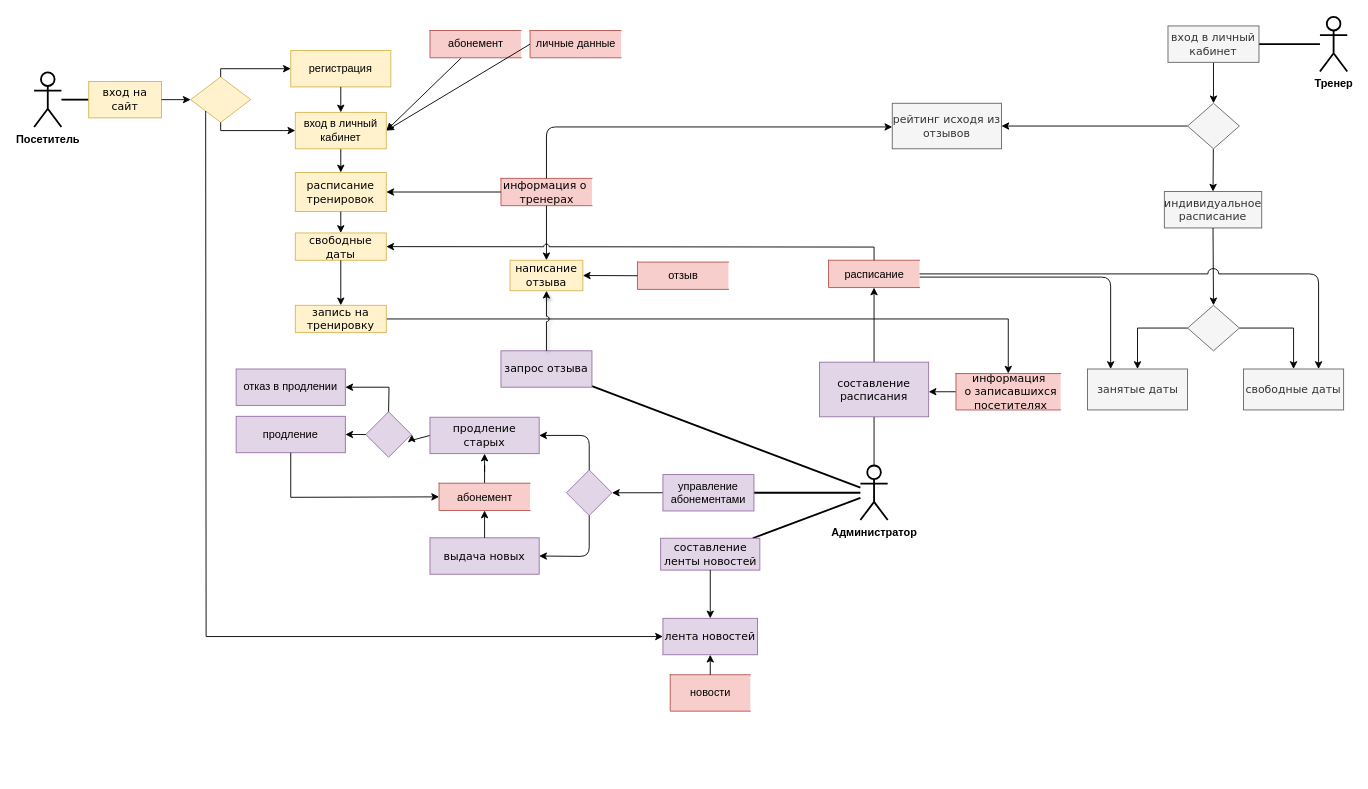
Before: Diagrams/DFD2.drawio in yuliapyrikova/-, a draw.io diagram. Source tidied: cells renumbered, new cells numbered last; positions are measured from the earlier drawing's top-left corner, leaving out a move shared by most shapes. Both pictures are drawn from the tidied source at 91%, with x=0, y=0 at pixel (34, 16).
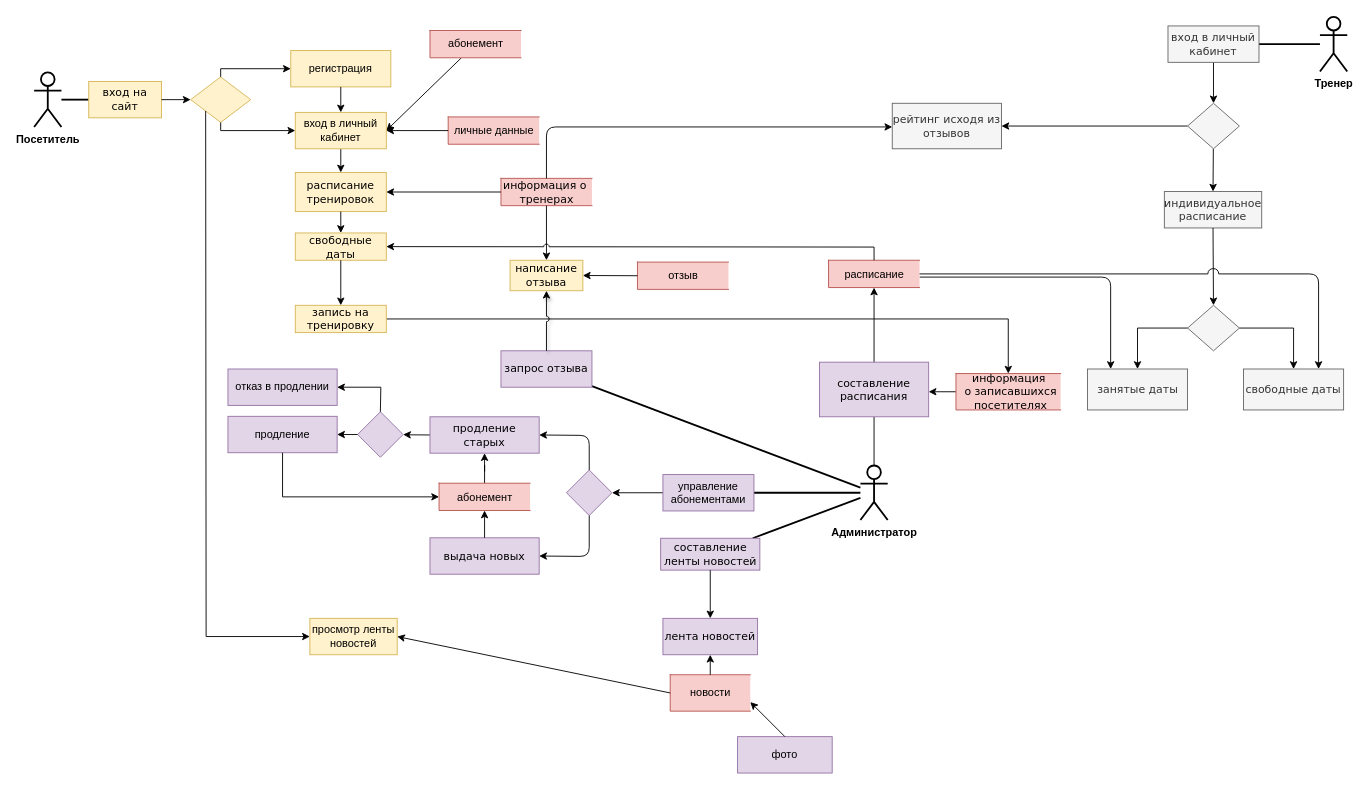
Above is the later version.

The change refers to these unchanged cells:
```xml
<mxCell id="50" value="новости" style="html=1;dashed=0;whitespace=wrap;shape=partialRectangle;right=0;fontSize=12;strokeWidth=1;fillColor=#f8cecc;strokeColor=#b85450;" parent="1" vertex="1">
  <mxGeometry x="699" y="723" width="88" height="40" as="geometry" />
</mxCell>
<mxCell id="54" value="абонемент" style="html=1;dashed=0;whitespace=wrap;shape=partialRectangle;right=0;fillColor=#f8cecc;strokeColor=#b85450;" parent="1" vertex="1">
  <mxGeometry x="445" y="512.5" width="100" height="30" as="geometry" />
</mxCell>
<mxCell id="55" style="rhombus;whiteSpace=wrap;html=1;fillColor=#fff2cc;strokeColor=#d6b656;" parent="1" vertex="1">
  <mxGeometry x="172" y="66" width="66" height="50" as="geometry" />
</mxCell>
<mxCell id="69" value="&lt;font face=&quot;Verdana&quot;&gt;лента новостей&lt;/font&gt;" style="rounded=0;whiteSpace=wrap;html=1;strokeWidth=1;fillColor=#e1d5e7;strokeColor=#9673a6;" parent="1" vertex="1">
  <mxGeometry x="691" y="661" width="104" height="40" as="geometry" />
</mxCell>
```

Change to the diagram source:
```diff
@@
     <mxCell id="35" value="&lt;font style=&quot;font-size: 12px&quot; face=&quot;Verdana&quot;&gt;продление старых&lt;/font&gt;" style="rounded=0;whiteSpace=wrap;html=1;strokeWidth=1;fillColor=#e1d5e7;strokeColor=#9673a6;" parent="1" vertex="1">
-      <mxGeometry x="435" y="440" width="120" height="40" as="geometry" />
+      <mxGeometry x="435" y="439.5" width="120" height="40" as="geometry" />
     </mxCell>
@@
     <mxCell id="62" style="rhombus;whiteSpace=wrap;html=1;strokeWidth=1;fillColor=#e1d5e7;strokeColor=#9673a6;" parent="1" vertex="1">
-      <mxGeometry x="364.5" y="434" width="50" height="50" as="geometry" />
+      <mxGeometry x="355.5" y="434" width="50" height="50" as="geometry" />
     </mxCell>
     <mxCell id="63" value="продление" style="rounded=0;whiteSpace=wrap;html=1;strokeWidth=1;fillColor=#e1d5e7;strokeColor=#9673a6;" parent="1" vertex="1">
-      <mxGeometry x="222" y="439" width="120" height="40" as="geometry" />
+      <mxGeometry x="213" y="439" width="120" height="40" as="geometry" />
     </mxCell>
     <mxCell id="64" value="отказ в продлении" style="rounded=0;whiteSpace=wrap;html=1;strokeWidth=1;fillColor=#e1d5e7;strokeColor=#9673a6;" parent="1" vertex="1">
-      <mxGeometry x="222" y="387" width="120" height="40" as="geometry" />
+      <mxGeometry x="213" y="387" width="120" height="40" as="geometry" />
     </mxCell>
@@
     <mxCell id="74" style="endArrow=classic;html=1;rounded=0;shadow=0;jumpStyle=arc;exitX=0.5;exitY=0;exitDx=0;exitDy=0;entryX=1;entryY=0.5;entryDx=0;entryDy=0;" parent="1" edge="1" source="62" target="64">
       <mxGeometry relative="1" as="geometry">
         <Array as="points">
-          <mxPoint x="390" y="407" />
+          <mxPoint x="381" y="407" />
         </Array>
       </mxGeometry>
     </mxCell>
-    <mxCell id="75" style="endArrow=classic;html=1;rounded=0;shadow=0;jumpStyle=arc;exitX=0;exitY=1;exitDx=0;exitDy=0;entryX=0;entryY=0.5;entryDx=0;entryDy=0;" parent="1" edge="1" source="55" target="69">
+    <mxCell id="75" style="endArrow=classic;html=1;rounded=0;shadow=0;jumpStyle=arc;exitX=0;exitY=1;exitDx=0;exitDy=0;" parent="1" edge="1" source="55">
       <mxGeometry relative="1" as="geometry">
+        <mxPoint x="303" y="681" as="targetPoint" />
         <Array as="points">
           <mxPoint x="189" y="681" />
         </Array>
       </mxGeometry>
     </mxCell>
@@
-    <mxCell id="80" style="endArrow=classic;html=1;rounded=0;strokeWidth=1;entryX=0;entryY=0.5;entryDx=0;entryDy=0;exitX=0.5;exitY=1;exitDx=0;exitDy=0;" parent="1" edge="1" source="63" target="54">
-      <mxGeometry relative="1" as="geometry">
-        <Array as="points">
-          <mxPoint x="282" y="528" />
-        </Array>
-      </mxGeometry>
+    <mxCell id="80" style="endArrow=classic;html=1;rounded=0;strokeWidth=1;entryX=0;entryY=0.5;entryDx=0;entryDy=0;exitX=0.5;exitY=1;exitDx=0;exitDy=0;edgeStyle=orthogonalEdgeStyle;" parent="1" edge="1" source="63" target="54">
+      <mxGeometry relative="1" as="geometry" />
     </mxCell>
     <mxCell id="81" value="личные данные" style="html=1;dashed=0;whitespace=wrap;shape=partialRectangle;right=0;fontSize=12;strokeWidth=1;fillColor=#f8cecc;strokeColor=#b85450;" parent="1" vertex="1">
-      <mxGeometry x="545" y="15" width="100" height="30" as="geometry" />
+      <mxGeometry x="455" y="110" width="100" height="30" as="geometry" />
     </mxCell>
@@
+    <mxCell id="84" value="фото" style="rounded=0;whiteSpace=wrap;html=1;strokeWidth=1;fillColor=#e1d5e7;strokeColor=#9673a6;" parent="1" vertex="1">
+      <mxGeometry x="773" y="791" width="104" height="40" as="geometry" />
+    </mxCell>
+    <mxCell id="85" style="endArrow=classic;html=1;rounded=0;exitX=0.5;exitY=0;exitDx=0;exitDy=0;entryX=1;entryY=0.75;entryDx=0;entryDy=0;" parent="1" edge="1" source="84" target="50">
+      <mxGeometry relative="1" as="geometry" />
+    </mxCell>
+    <mxCell id="86" value="просмотр ленты новостей" style="rounded=0;whiteSpace=wrap;html=1;hachureGap=4;strokeWidth=1;fillColor=#fff2cc;strokeColor=#d6b656;" parent="1" vertex="1">
+      <mxGeometry x="303" y="661" width="96" height="40" as="geometry" />
+    </mxCell>
+    <mxCell id="87" style="endArrow=classic;html=1;rounded=0;exitX=0;exitY=0.5;exitDx=0;exitDy=0;entryX=1;entryY=0.5;entryDx=0;entryDy=0;" parent="1" edge="1" source="50" target="86">
+      <mxGeometry relative="1" as="geometry" />
+    </mxCell>
```
